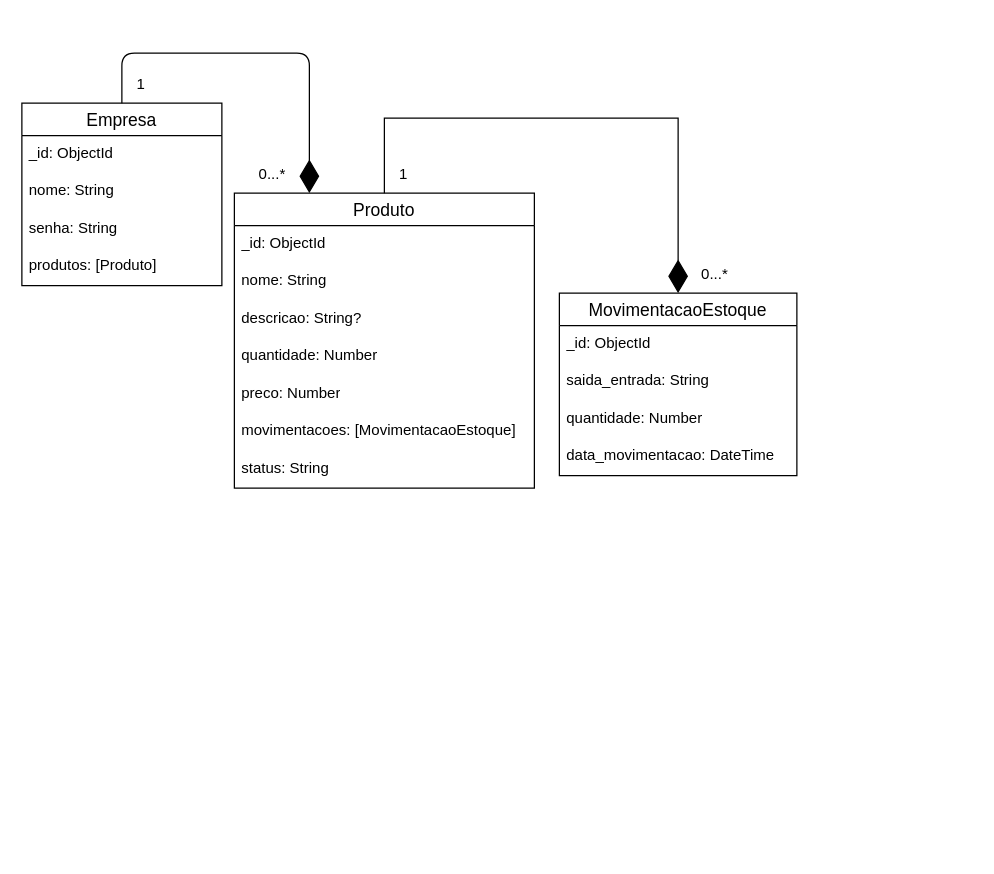
The draw.io diagram docs/NoAMPI.drawio in FatecFranca/DSM-G08-PI3-2024-2, before the edit. Source tidied: cells renumbered, new cells numbered last; positions are measured from the earlier drawing's top-left corner, leaving out a move shared by most shapes. Both pictures are drawn from the tidied source at 125%, with x=0, y=0 at pixel (21, 52).
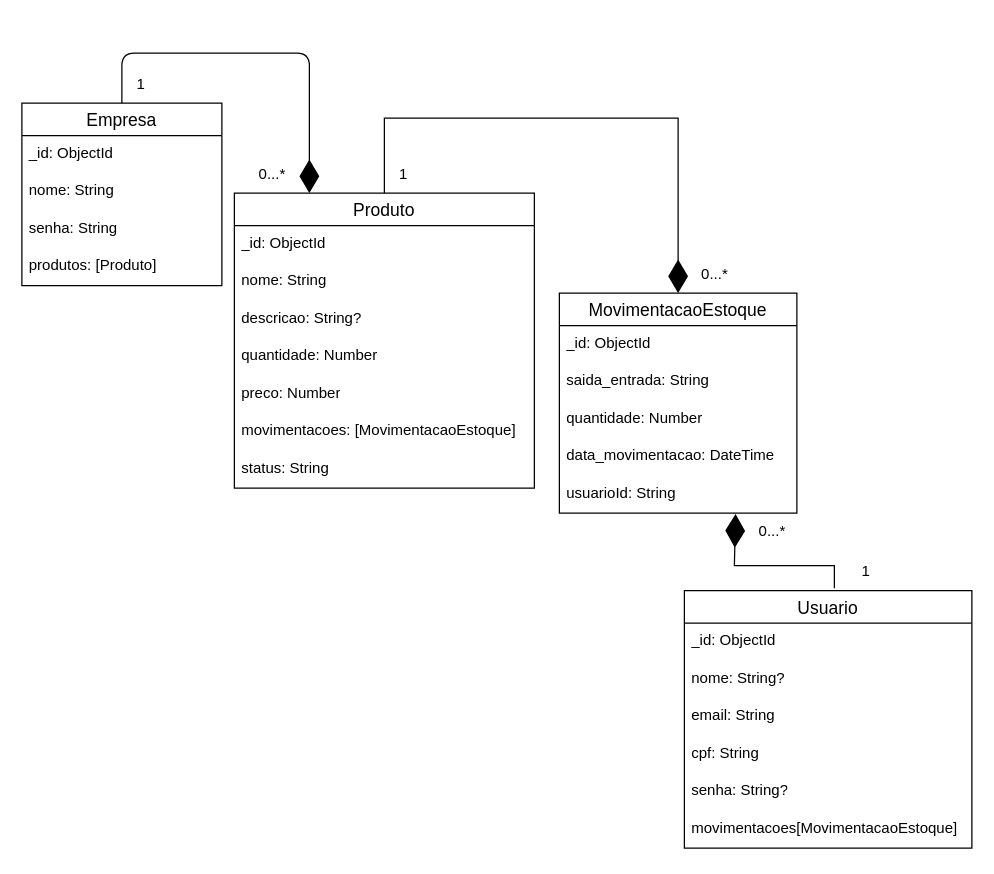
After the change.

Commit message (it also covers changes not shown here):
Atualizando o prisma e o Drawio

Diff of the diagram source:
```diff
@@
     <mxCell id="10" value="MovimentacaoEstoque" style="swimlane;fontStyle=0;horizontal=1;startSize=26;align=center;fontSize=14;" parent="1" vertex="1">
-      <mxGeometry x="430" y="192" width="190" height="146" as="geometry" />
+      <mxGeometry x="430" y="192" width="190" height="176" as="geometry" />
     </mxCell>
@@
+    <mxCell id="26" value="usuarioId: String  " style="text;strokeColor=none;fillColor=none;spacingLeft=4;spacingRight=4;overflow=hidden;points=[[0,0.5],[1,0.5]];portConstraint=eastwest;fontSize=12;whiteSpace=wrap;html=1;" parent="10" vertex="1">
+      <mxGeometry y="146" width="190" height="30" as="geometry" />
+    </mxCell>
@@
+    <mxCell id="27" value="Usuario" style="swimlane;fontStyle=0;horizontal=1;startSize=26;align=center;fontSize=14;" parent="1" vertex="1">
+      <mxGeometry x="530" y="430" width="230" height="206" as="geometry" />
+    </mxCell>
+    <mxCell id="28" value="_id: ObjectId" style="text;strokeColor=none;fillColor=none;spacingLeft=4;spacingRight=4;overflow=hidden;fontSize=12;whiteSpace=wrap;html=1;" parent="27" vertex="1">
+      <mxGeometry y="26" width="230" height="30" as="geometry" />
+    </mxCell>
+    <mxCell id="29" value="nome: String?" style="text;strokeColor=none;fillColor=none;spacingLeft=4;spacingRight=4;overflow=hidden;fontSize=12;whiteSpace=wrap;html=1;" parent="27" vertex="1">
+      <mxGeometry y="56" width="230" height="30" as="geometry" />
+    </mxCell>
+    <mxCell id="30" value="email: String" style="text;strokeColor=none;fillColor=none;spacingLeft=4;spacingRight=4;overflow=hidden;fontSize=12;whiteSpace=wrap;html=1;" parent="27" vertex="1">
+      <mxGeometry y="86" width="230" height="30" as="geometry" />
+    </mxCell>
+    <mxCell id="31" value="cpf: String" style="text;strokeColor=none;fillColor=none;spacingLeft=4;spacingRight=4;overflow=hidden;fontSize=12;whiteSpace=wrap;html=1;" parent="27" vertex="1">
+      <mxGeometry y="116" width="230" height="30" as="geometry" />
+    </mxCell>
+    <mxCell id="32" value="senha: String? " style="text;strokeColor=none;fillColor=none;spacingLeft=4;spacingRight=4;overflow=hidden;fontSize=12;whiteSpace=wrap;html=1;" parent="27" vertex="1">
+      <mxGeometry y="146" width="230" height="30" as="geometry" />
+    </mxCell>
+    <mxCell id="33" value="movimentacoes[MovimentacaoEstoque]&amp;nbsp;" style="text;strokeColor=none;fillColor=none;spacingLeft=4;spacingRight=4;overflow=hidden;fontSize=12;whiteSpace=wrap;html=1;" parent="27" vertex="1">
+      <mxGeometry y="176" width="230" height="30" as="geometry" />
+    </mxCell>
+    <mxCell id="34" style="endArrow=diamondThin;endFill=1;endSize=24;html=1;rounded=0;exitX=0.5;exitY=0;exitDx=0;exitDy=0;entryX=0.742;entryY=1.022;entryDx=0;entryDy=0;entryPerimeter=0;" parent="1" edge="1" target="26">
+      <mxGeometry relative="1" as="geometry">
+        <mxPoint x="650" y="428" as="sourcePoint" />
+        <Array as="points">
+          <mxPoint x="650" y="410" />
+          <mxPoint x="630" y="410" />
+          <mxPoint x="590" y="410" />
+          <mxPoint x="570" y="410" />
+        </Array>
+      </mxGeometry>
+    </mxCell>
+    <mxCell id="35" value="0...*" style="text;html=1;align=center;verticalAlign=middle;strokeColor=none;fillColor=none;" parent="1" vertex="1">
+      <mxGeometry x="580" y="368" width="40" height="30" as="geometry" />
+    </mxCell>
+    <mxCell id="36" value="1" style="text;html=1;align=center;verticalAlign=middle;strokeColor=none;fillColor=none;" parent="1" vertex="1">
+      <mxGeometry x="660" y="400" width="30" height="30" as="geometry" />
+    </mxCell>
```
